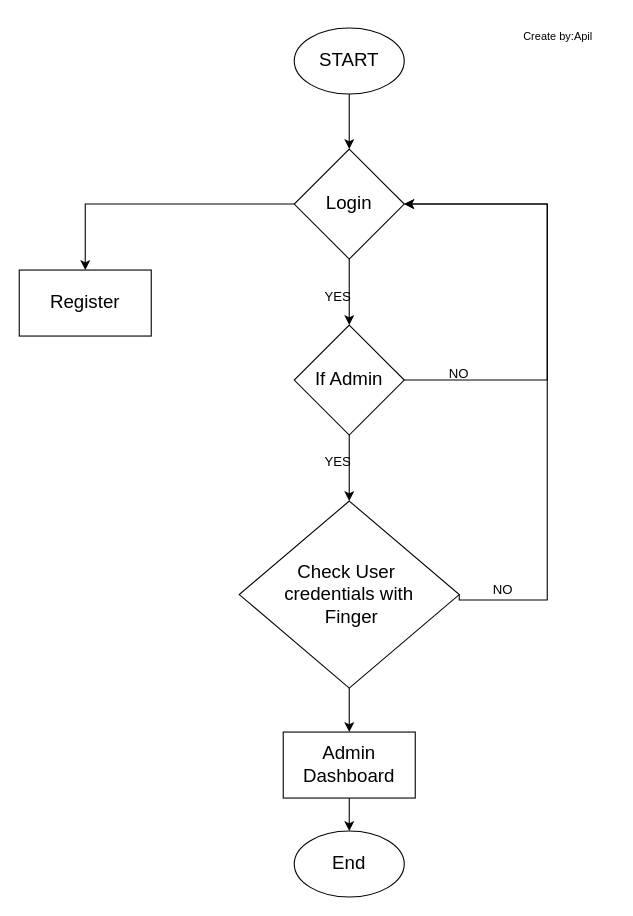
Before: FLowChart/Login_flowchart.drawio in ApilLamsal/My-Work-For-Draw.io, a draw.io diagram. Source tidied: cells renumbered, new cells numbered last; positions are measured from the earlier drawing's top-left corner, leaving out a move shared by most shapes. Both pictures are drawn from the tidied source at 110%, with x=0, y=0 at pixel (19, 19).
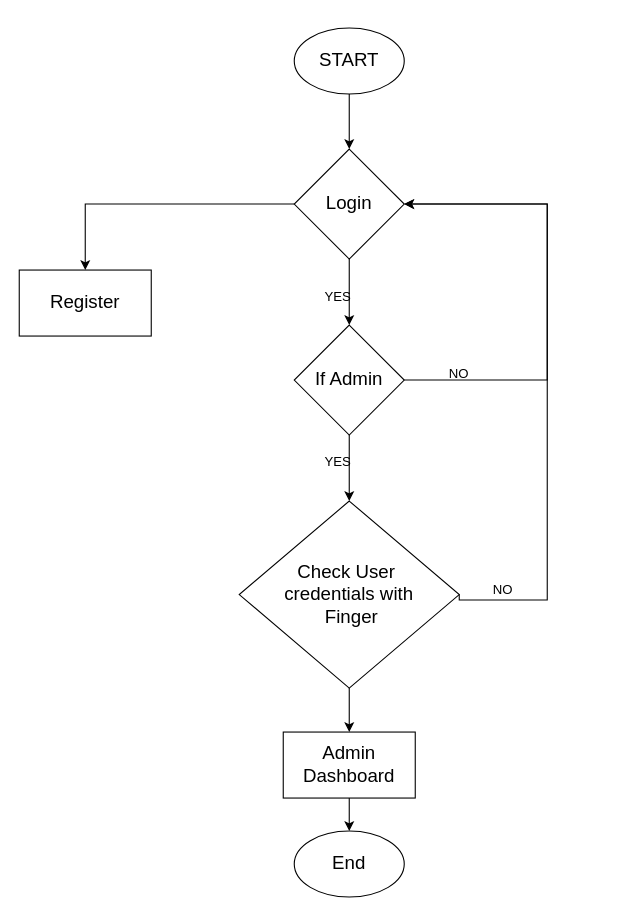
Above is the later version.

What changed in the source:
```diff
@@
-    <mxCell id="21" value="&lt;font style=&quot;font-size: 10px;&quot;&gt;Create by:Apil&lt;/font&gt;" style="text;html=1;strokeColor=none;fillColor=none;align=center;verticalAlign=middle;whiteSpace=wrap;rounded=0;fontSize=10;" parent="1" vertex="1">
-      <mxGeometry x="440" width="100" height="30" as="geometry" />
-    </mxCell>
```
